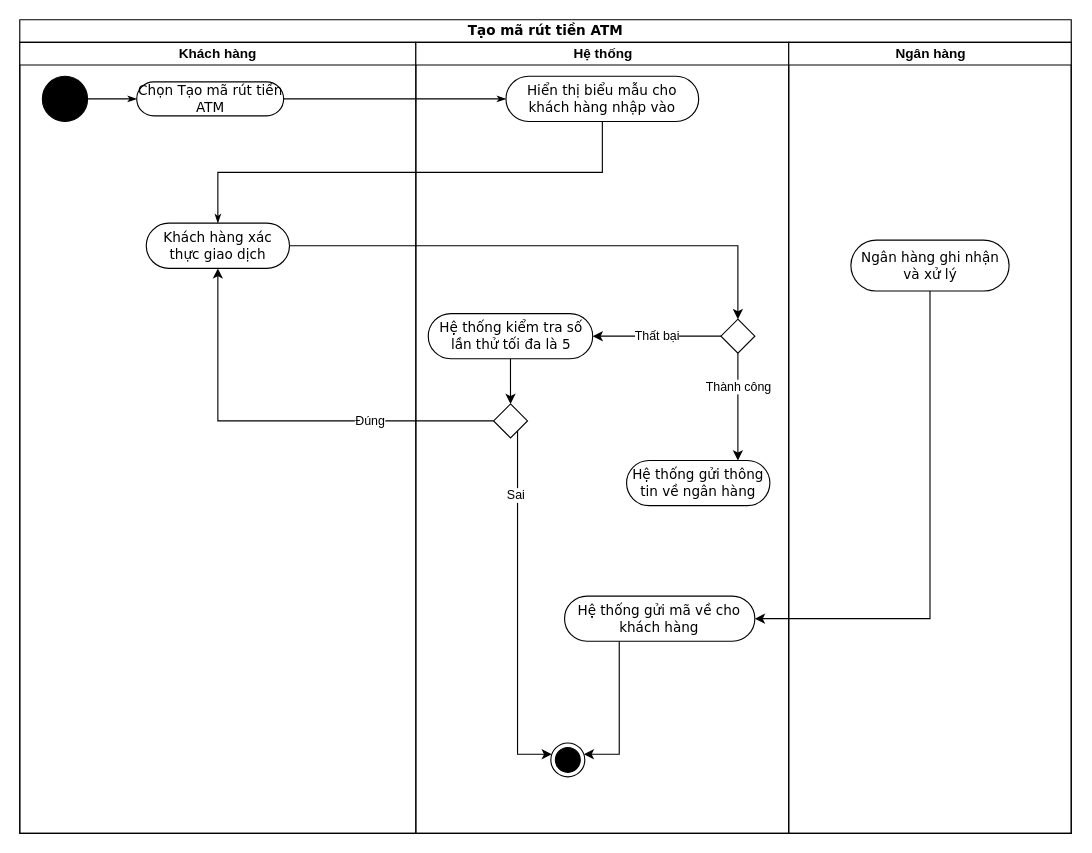
Before: uml/BHDG_ActivityDiagram_8_0.0.1.drawio in HoangDucBach/bghc, a draw.io diagram. Source tidied: cells renumbered, new cells numbered last; positions are measured from the earlier drawing's top-left corner, leaving out a move shared by most shapes. Both pictures are drawn from the tidied source at 113%, with x=0, y=0 at pixel (19, 19).
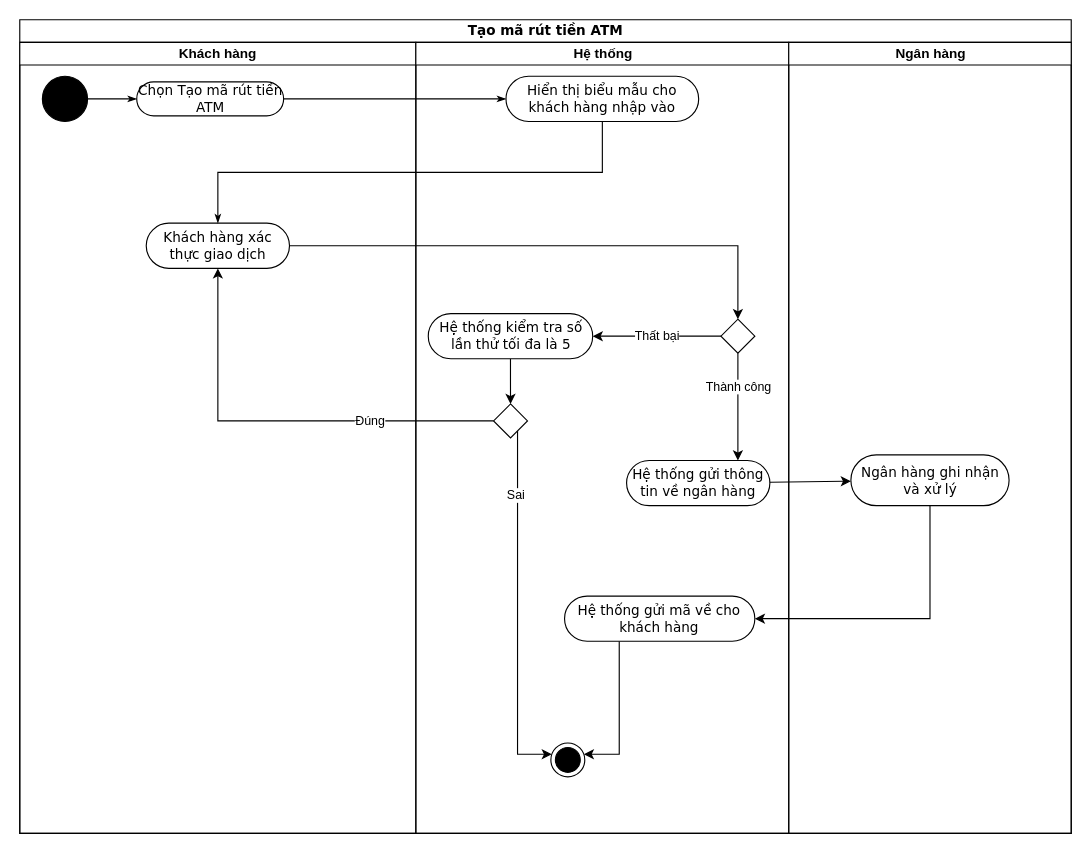
The same page after the edit.

Unchanged cells that the change refers to:
```xml
<mxCell id="2" value="Tạo mã rút tiền ATM" style="swimlane;html=1;startSize=20;rounded=0;shadow=0;comic=0;labelBackgroundColor=none;strokeWidth=1;fontFamily=Verdana;fontSize=12;align=center;fixedWidth=1;" parent="1" vertex="1">
  <mxGeometry width="930.5" height="720" as="geometry" />
</mxCell>
<mxCell id="12" value="Hệ thống gửi thông tin về ngân hàng" style="rounded=1;whiteSpace=wrap;html=1;shadow=0;comic=0;labelBackgroundColor=none;strokeWidth=1;fontFamily=Verdana;fontSize=12;align=center;arcSize=50;" parent="9" vertex="1">
  <mxGeometry x="186.5" y="370" width="126.8" height="40" as="geometry" />
</mxCell>
<mxCell id="24" value="Ngân hàng" style="swimlane;html=1;startSize=20;" parent="2" vertex="1">
  <mxGeometry x="680.5" y="20" width="250" height="700" as="geometry" />
</mxCell>
```

What changed in the source:
```diff
@@
     <mxCell id="25" value="Ngân hàng ghi nhận và xử lý" style="rounded=1;whiteSpace=wrap;html=1;shadow=0;comic=0;labelBackgroundColor=none;strokeWidth=1;fontFamily=Verdana;fontSize=12;align=center;arcSize=50;" parent="24" vertex="1">
-      <mxGeometry x="55" y="175" width="140" height="45" as="geometry" />
+      <mxGeometry x="55" y="365" width="140" height="45" as="geometry" />
     </mxCell>
@@
+    <mxCell id="31" style="endArrow=classic;html=1;rounded=0;" parent="2" edge="1" source="12" target="25">
+      <mxGeometry relative="1" as="geometry" />
+    </mxCell>
```
